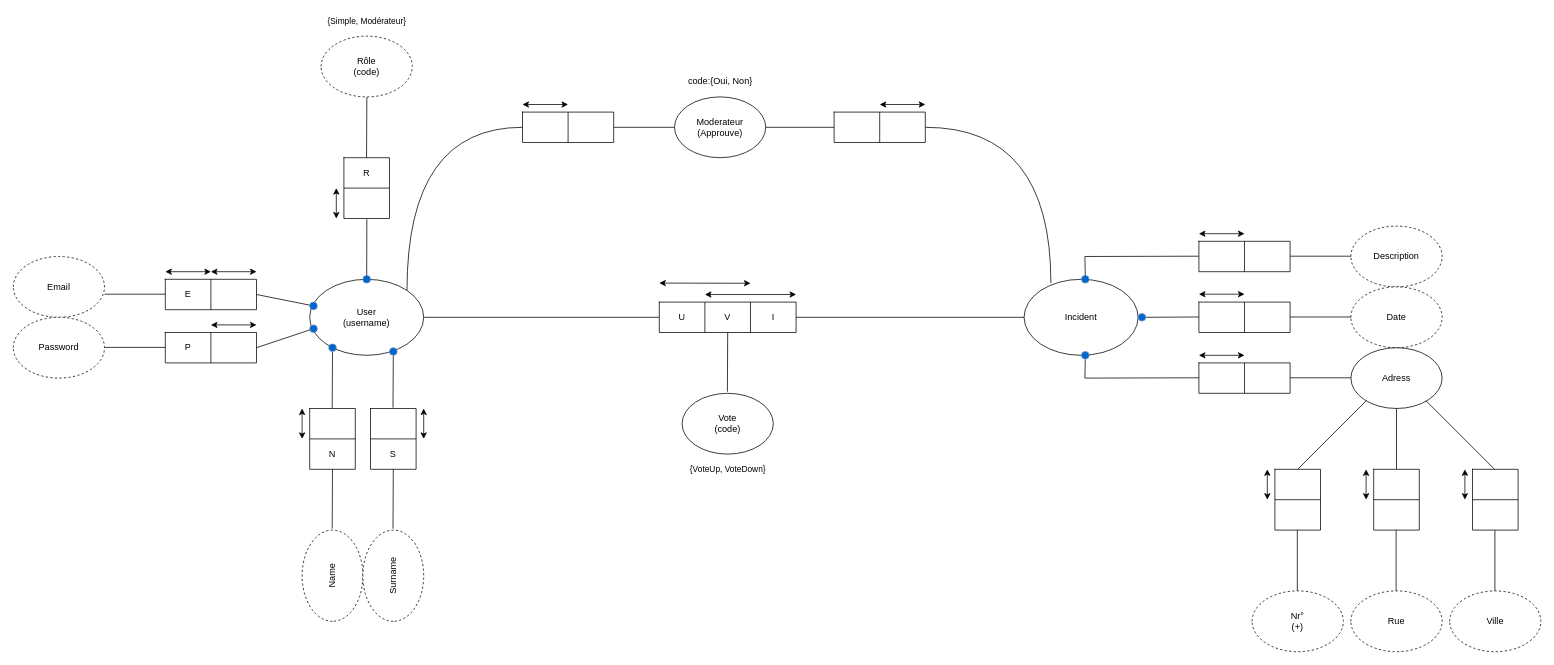
Earlier version of the draw.io diagram ORM/ORM.drawio (IsaiZ734/Projet-d-approfondissement). Source tidied: cells renumbered, new cells numbered last; positions are measured from the earlier drawing's top-left corner, leaving out a move shared by most shapes. Both pictures are drawn from the tidied source at 76%, with x=0, y=0 at pixel (28, 13).
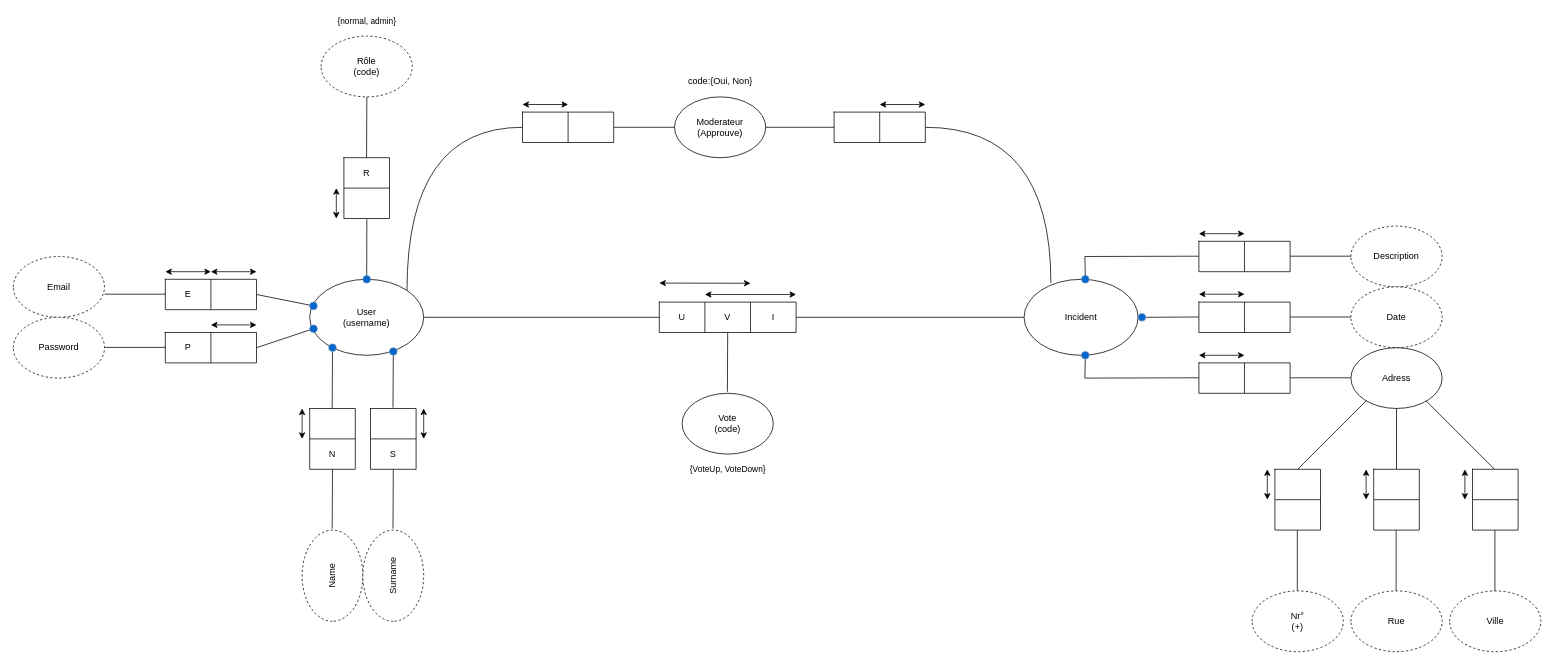
The same diagram, later.

Change to the diagram source:
```diff
@@
-    <mxCell id="117" value="&lt;span style=&quot;font-size: 11px&quot;&gt;{Simple, Modérateur}&lt;/span&gt;" style="text;html=1;align=center;verticalAlign=middle;strokeColor=none;fillColor=none;" parent="1" vertex="1">
-      <mxGeometry x="385" width="120" height="20" as="geometry" />
+    <mxCell id="117" value="&lt;span style=&quot;font-size: 11px&quot;&gt;{normal, admin}&lt;/span&gt;" style="text;html=1;align=center;verticalAlign=middle;strokeColor=none;fillColor=none;" parent="1" vertex="1">
+      <mxGeometry x="400" width="90" height="20" as="geometry" />
     </mxCell>
```
